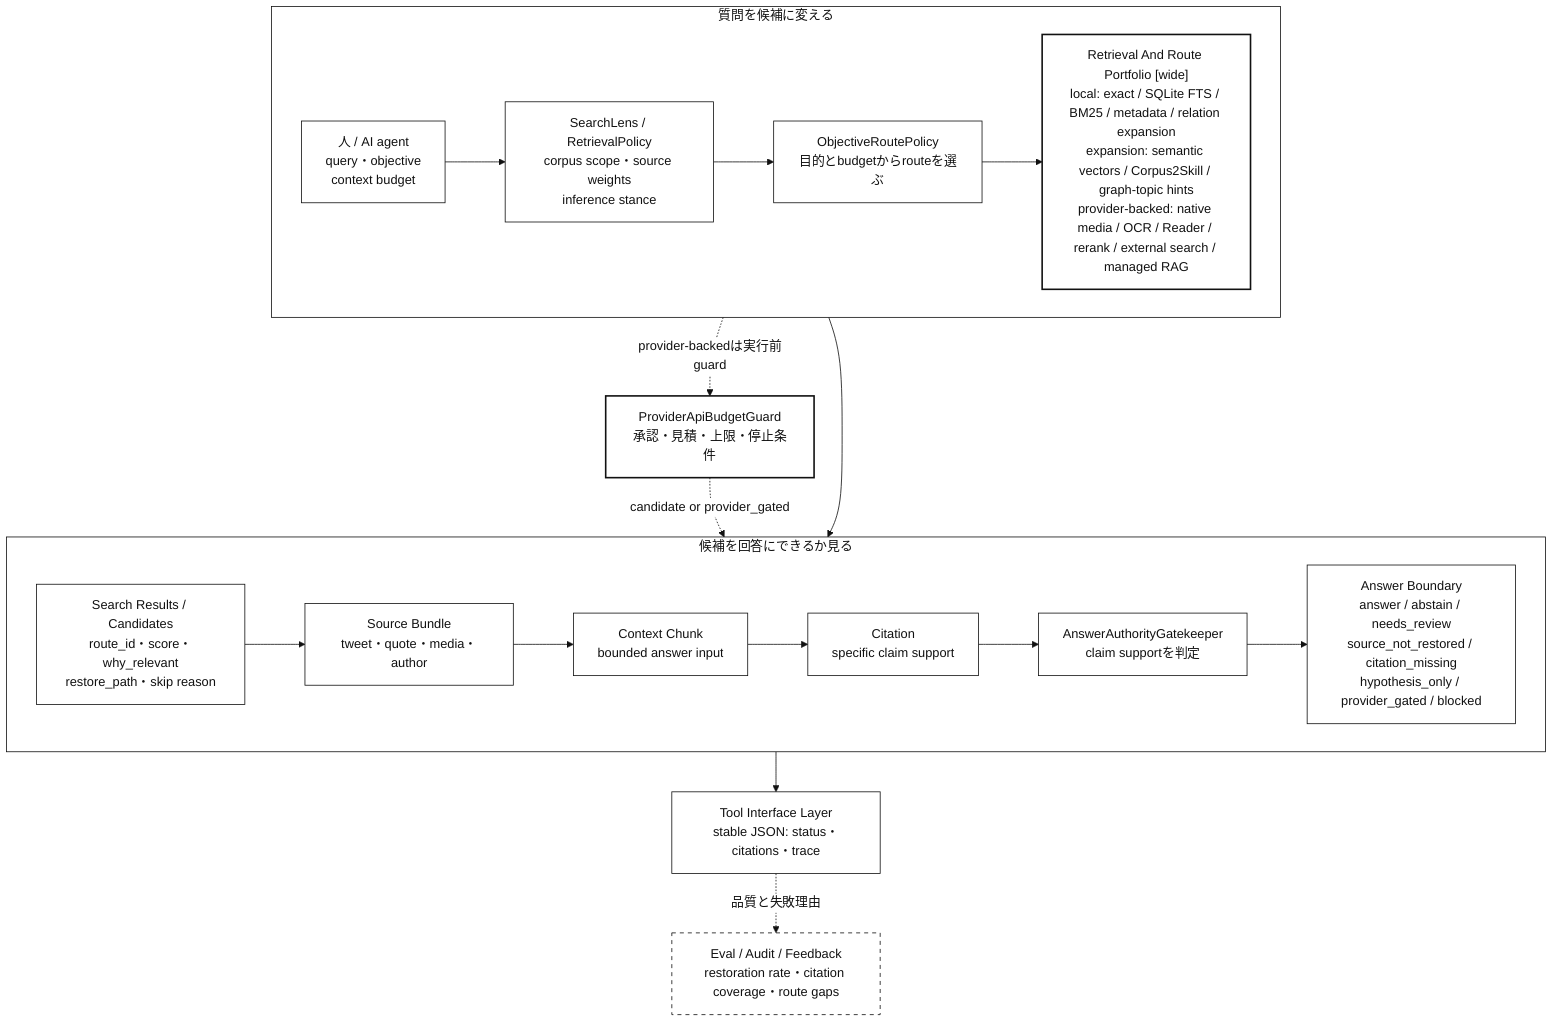
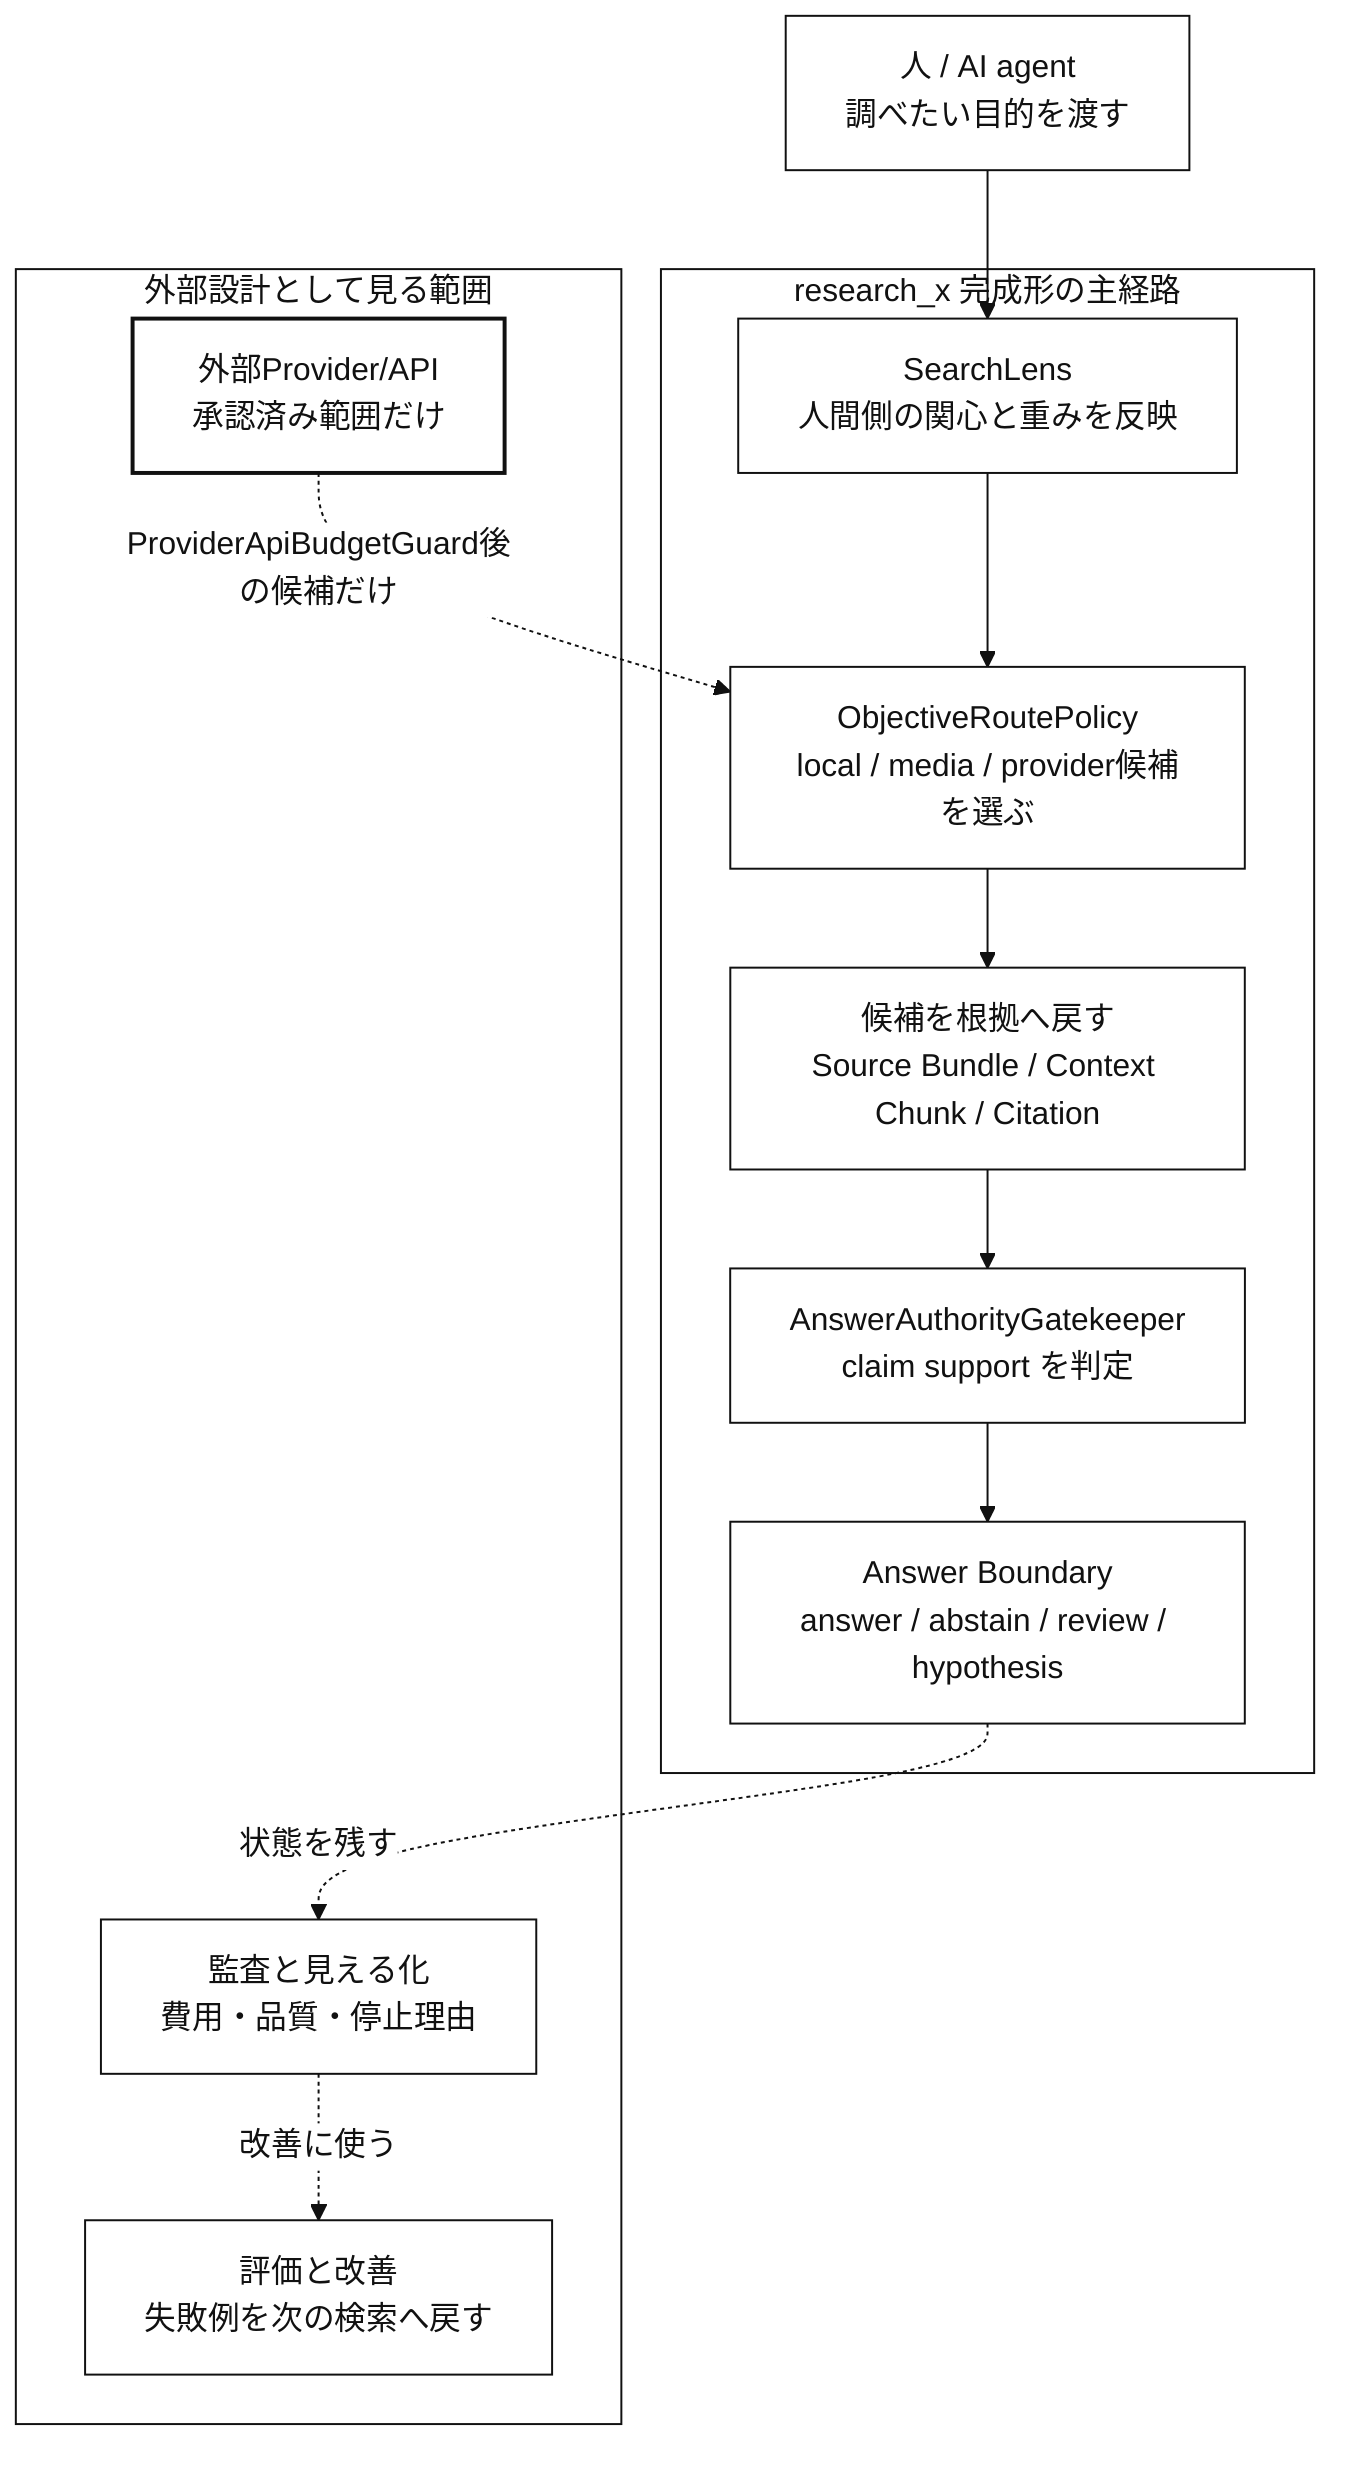
%%{init: {"theme":"base","themeVariables":{"background":"#ffffff","primaryColor":"#ffffff","primaryBorderColor":"#111111","primaryTextColor":"#111111","secondaryColor":"#ffffff","secondaryBorderColor":"#111111","secondaryTextColor":"#111111","tertiaryColor":"#ffffff","tertiaryBorderColor":"#111111","tertiaryTextColor":"#111111","lineColor":"#111111","textColor":"#111111","mainBkg":"#ffffff","secondBkg":"#ffffff","actorBkg":"#ffffff","actorBorder":"#111111","actorTextColor":"#111111","activationBkgColor":"#ffffff","activationBorderColor":"#111111","noteBkgColor":"#ffffff","noteBorderColor":"#111111","labelBoxBkgColor":"#ffffff","labelBoxBorderColor":"#111111","signalColor":"#111111","signalTextColor":"#111111","loopTextColor":"#111111"}}}%%
flowchart TB
-   %% 完成形の全体アーキテクチャ図: AIの外部記憶として広く探し、狭く答える
+   %% 完成形の全体アーキテクチャ図: AIの外部記憶として質問から答えまでを閉じる

  classDef main fill:#ffffff,stroke:#111111,color:#111111
+   classDef input fill:#ffffff,stroke:#111111,color:#111111
  classDef gate fill:#ffffff,stroke:#111111,color:#111111,stroke-width:2px
-   classDef side fill:#ffffff,stroke:#111111,color:#111111,stroke-dasharray: 5 5
+   classDef side fill:#ffffff,stroke:#111111,color:#111111

-   subgraph row1["質問を候補に変える"]
-     direction LR
-     request["人 / AI agent<br/>query・objective<br/>context budget"]:::main
-     lens["SearchLens / RetrievalPolicy<br/>corpus scope・source weights<br/>inference stance"]:::main
-     policy["ObjectiveRoutePolicy<br/>目的とbudgetからrouteを選ぶ"]:::main
-     portfolio["Retrieval And Route Portfolio [wide]<br/>local: exact / SQLite FTS / BM25 / metadata / relation expansion<br/>expansion: semantic vectors / Corpus2Skill / graph-topic hints<br/>provider-backed: native media / OCR / Reader / rerank / external search / managed RAG"]:::gate
-     request --> lens --> policy --> portfolio
+   request["人 / AI agent<br/>調べたい目的を渡す"]:::input
+ 
+   subgraph core["research_x 完成形の主経路"]
+     lens["SearchLens<br/>人間側の関心と重みを反映"]:::main
+     route["ObjectiveRoutePolicy<br/>local / media / provider候補を選ぶ"]:::main
+     restore["候補を根拠へ戻す<br/>Source Bundle / Context Chunk / Citation"]:::main
+     authority["AnswerAuthorityGatekeeper<br/>claim support を判定"]:::main
+     respond["Answer Boundary<br/>answer / abstain / review / hypothesis"]:::main
  end

-   guard["ProviderApiBudgetGuard<br/>承認・見積・上限・停止条件"]:::gate
- 
-   subgraph row2["候補を回答にできるか見る"]
-     direction LR
-     candidates["Search Results / Candidates<br/>route_id・score・why_relevant<br/>restore_path・skip reason"]:::main
-     bundle["Source Bundle<br/>tweet・quote・media・author"]:::main
-     chunk["Context Chunk<br/>bounded answer input"]:::main
-     citation["Citation<br/>specific claim support"]:::main
-     authority["AnswerAuthorityGatekeeper<br/>claim supportを判定"]:::main
-     boundary["Answer Boundary<br/>answer / abstain / needs_review<br/>source_not_restored / citation_missing<br/>hypothesis_only / provider_gated / blocked"]:::main
-     bundle --> chunk --> citation
-     candidates --> bundle
-     citation --> authority --> boundary
+   subgraph support["外部設計として見る範囲"]
+     provider["外部Provider/API<br/>承認済み範囲だけ"]:::gate
+     observe["監査と見える化<br/>費用・品質・停止理由"]:::side
+     feedback["評価と改善<br/>失敗例を次の検索へ戻す"]:::side
  end

-   interface["Tool Interface Layer<br/>stable JSON: status・citations・trace"]:::main
-   feedback["Eval / Audit / Feedback<br/>restoration rate・citation coverage・route gaps"]:::side
- 
-   portfolio --> candidates
-   portfolio -. "provider-backedは実行前guard" .-> guard
-   guard -. "candidate or provider_gated" .-> candidates
-   boundary --> interface
-   interface -. "品質と失敗理由" .-> feedback
+   request --> lens --> route --> restore --> authority --> respond
+   provider -. "ProviderApiBudgetGuard後の候補だけ" .-> route
+   respond -. "状態を残す" .-> observe
+   observe -. "改善に使う" .-> feedback
